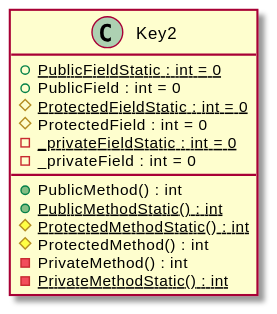
Above: uml/Keys/FullKey.svg in claremacrae/RefactoringSamples (PlantUML), before the change.
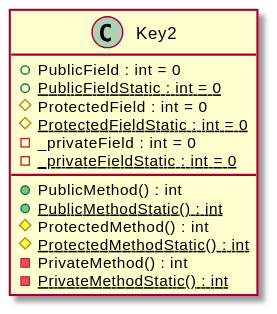
The same file after the commit.

Diff of the diagram source:
```diff
@@ -1,15 +1,15 @@
 @startuml
 class Key2 {
+    + PublicField : int = 0
     + {static} PublicFieldStatic : int = 0
-    + PublicField : int = 0
+    # ProtectedField : int = 0
     # {static} ProtectedFieldStatic : int = 0
-    # ProtectedField : int = 0
+    - _privateField : int = 0
     - {static} _privateFieldStatic : int = 0
-    - _privateField : int = 0
     + PublicMethod() : int
     + {static} PublicMethodStatic() : int
+    # ProtectedMethod() : int
     # {static} ProtectedMethodStatic() : int
-    # ProtectedMethod() : int
     - PrivateMethod() : int
     - {static} PrivateMethodStatic() : int
 }
```
